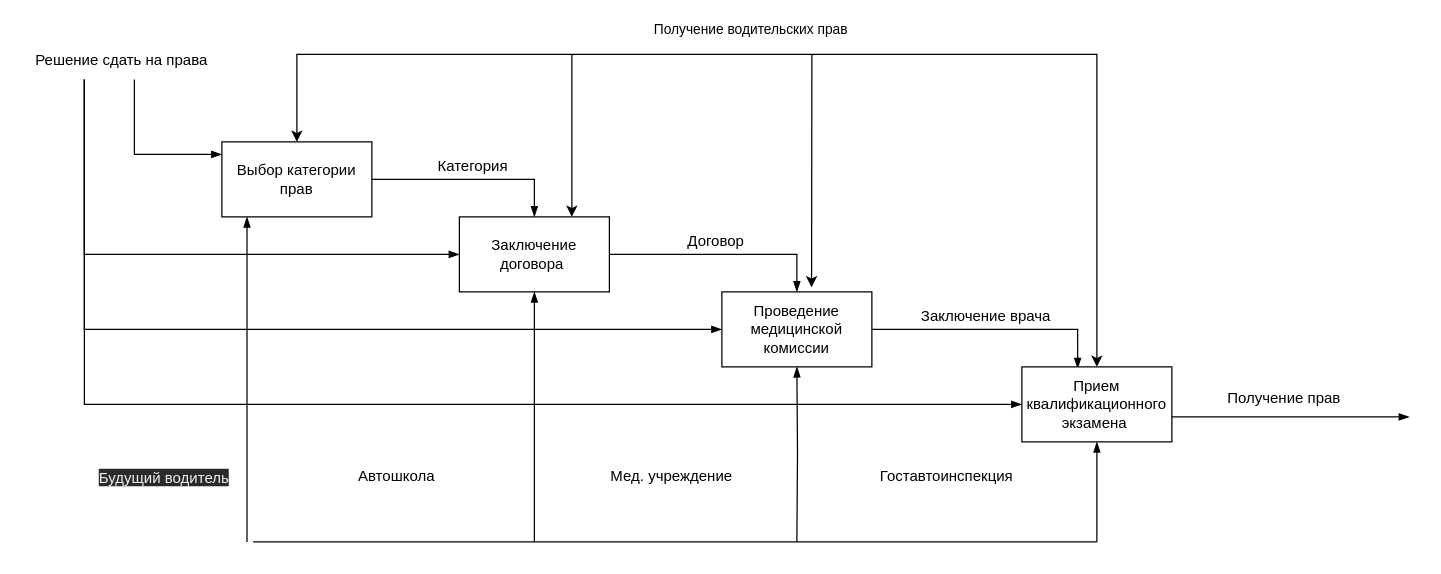
Earlier version of the draw.io diagram voditelprava.drawio (ValeriaLebedeva/IDEFO2). Source tidied: cells renumbered, new cells numbered last; positions are measured from the earlier drawing's top-left corner, leaving out a move shared by most shapes. Both pictures are drawn from the tidied source at 125%, with x=0, y=0 at pixel (21, 41).
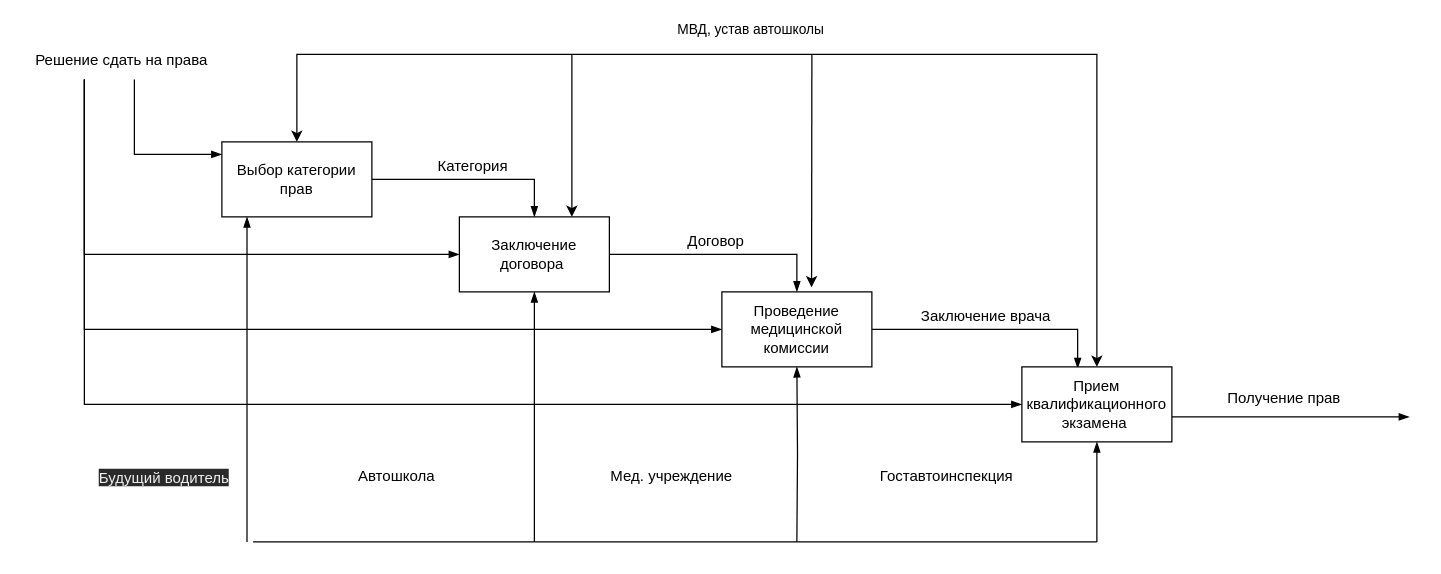
Above is the later version.

Unchanged cells that the change refers to:
```xml
<mxCell id="3" value="Выбор категории прав" style="rounded=0;whiteSpace=wrap;html=1;" parent="1" vertex="1">
  <mxGeometry x="160" y="80" width="120" height="60" as="geometry" />
</mxCell>
```

Change to the diagram source:
```diff
@@
-    <mxCell id="24" value="Получение водительских прав" style="endArrow=classic;startArrow=classic;html=1;rounded=0;entryX=0.5;entryY=0;entryDx=0;entryDy=0;" parent="1" edge="1" target="3">
+    <mxCell id="24" value="МВД, устав автошколы" style="endArrow=classic;startArrow=classic;html=1;rounded=0;entryX=0.5;entryY=0;entryDx=0;entryDy=0;" parent="1" edge="1" target="3">
       <mxGeometry x="0.1" y="-20" relative="1" as="geometry">
         <mxPoint x="860" y="260" as="sourcePoint" />
         <Array as="points">
           <mxPoint x="860" y="10" />
           <mxPoint x="220" y="10" />
         </Array>
         <mxPoint x="1" as="offset" />
       </mxGeometry>
     </mxCell>
```
